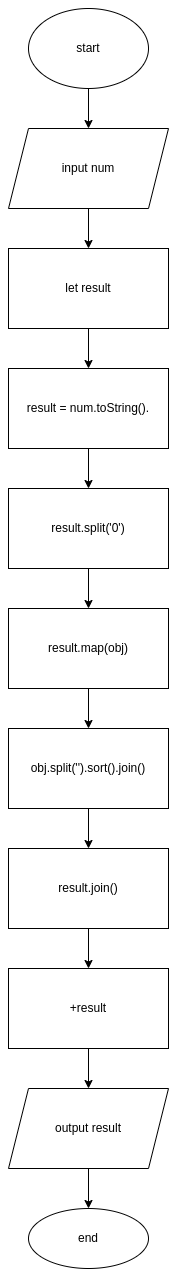
The draw.io diagram Part 4/flowchart_task4.png in tbmanix/Introduction-Javascript, before a commit. Source tidied: cells renumbered, new cells last; positions are measured from the earlier drawing's top-left corner, leaving out a move shared by most shapes. Source of this version:
```xml
<mxGraphModel>
  <root>
    <mxCell id="0" />
    <mxCell id="1" parent="0" />
    <mxCell id="2" style="edgeStyle=orthogonalEdgeStyle;rounded=0;jettySize=auto;html=1;" parent="1" edge="1" source="3" target="5">
      <mxGeometry relative="1" as="geometry" />
    </mxCell>
    <mxCell id="3" value="start" style="ellipse;whiteSpace=wrap;html=1;" parent="1" vertex="1">
      <mxGeometry x="20" width="120" height="80" as="geometry" />
    </mxCell>
    <mxCell id="4" style="edgeStyle=orthogonalEdgeStyle;rounded=0;jettySize=auto;html=1;" parent="1" edge="1" source="5" target="7">
      <mxGeometry relative="1" as="geometry" />
    </mxCell>
    <mxCell id="5" value="input num" style="shape=parallelogram;perimeter=parallelogramPerimeter;whiteSpace=wrap;html=1;fixedSize=1;" parent="1" vertex="1">
      <mxGeometry y="120" width="160" height="80" as="geometry" />
    </mxCell>
    <mxCell id="6" style="edgeStyle=orthogonalEdgeStyle;rounded=0;jettySize=auto;html=1;" parent="1" edge="1" source="7" target="18">
      <mxGeometry relative="1" as="geometry" />
    </mxCell>
    <mxCell id="7" value="let result" style="whiteSpace=wrap;html=1;" parent="1" vertex="1">
      <mxGeometry y="240" width="160" height="80" as="geometry" />
    </mxCell>
    <mxCell id="8" style="edgeStyle=orthogonalEdgeStyle;rounded=0;jettySize=auto;html=1;" parent="1" edge="1" source="9" target="11">
      <mxGeometry relative="1" as="geometry" />
    </mxCell>
    <mxCell id="9" value="result.split('0')" style="whiteSpace=wrap;html=1;" parent="1" vertex="1">
      <mxGeometry y="480" width="160" height="80" as="geometry" />
    </mxCell>
    <mxCell id="10" style="edgeStyle=orthogonalEdgeStyle;rounded=0;jettySize=auto;html=1;" parent="1" edge="1" source="11" target="13">
      <mxGeometry relative="1" as="geometry" />
    </mxCell>
    <mxCell id="11" value="result.map(obj)" style="whiteSpace=wrap;html=1;" parent="1" vertex="1">
      <mxGeometry y="600" width="160" height="80" as="geometry" />
    </mxCell>
    <mxCell id="12" style="edgeStyle=orthogonalEdgeStyle;rounded=0;jettySize=auto;html=1;" parent="1" edge="1" source="13" target="20">
      <mxGeometry relative="1" as="geometry" />
    </mxCell>
    <mxCell id="13" value="obj.split('').sort().join()" style="whiteSpace=wrap;html=1;" parent="1" vertex="1">
      <mxGeometry y="720" width="160" height="80" as="geometry" />
    </mxCell>
    <mxCell id="14" style="edgeStyle=orthogonalEdgeStyle;rounded=0;jettySize=auto;html=1;" parent="1" edge="1" source="15" target="16">
      <mxGeometry relative="1" as="geometry" />
    </mxCell>
    <mxCell id="15" value="output result" style="shape=parallelogram;perimeter=parallelogramPerimeter;whiteSpace=wrap;html=1;fixedSize=1;" parent="1" vertex="1">
      <mxGeometry y="1080" width="160" height="80" as="geometry" />
    </mxCell>
    <mxCell id="16" value="end" style="ellipse;whiteSpace=wrap;html=1;" parent="1" vertex="1">
      <mxGeometry x="20" y="1200" width="120" height="60" as="geometry" />
    </mxCell>
    <mxCell id="17" style="edgeStyle=orthogonalEdgeStyle;rounded=0;jettySize=auto;html=1;" parent="1" edge="1" source="18" target="9">
      <mxGeometry relative="1" as="geometry" />
    </mxCell>
    <mxCell id="18" value="result = num.toString()." style="whiteSpace=wrap;html=1;" parent="1" vertex="1">
      <mxGeometry y="360" width="160" height="80" as="geometry" />
    </mxCell>
    <mxCell id="19" style="edgeStyle=orthogonalEdgeStyle;rounded=0;jettySize=auto;html=1;" parent="1" edge="1" source="20" target="22">
      <mxGeometry relative="1" as="geometry" />
    </mxCell>
    <mxCell id="20" value="result.join()" style="whiteSpace=wrap;html=1;" parent="1" vertex="1">
      <mxGeometry y="840" width="160" height="80" as="geometry" />
    </mxCell>
    <mxCell id="21" style="edgeStyle=orthogonalEdgeStyle;rounded=0;jettySize=auto;html=1;" parent="1" edge="1" source="22" target="15">
      <mxGeometry relative="1" as="geometry" />
    </mxCell>
    <mxCell id="22" value="+result" style="whiteSpace=wrap;html=1;" parent="1" vertex="1">
      <mxGeometry y="960" width="160" height="80" as="geometry" />
    </mxCell>
  </root>
</mxGraphModel>
```
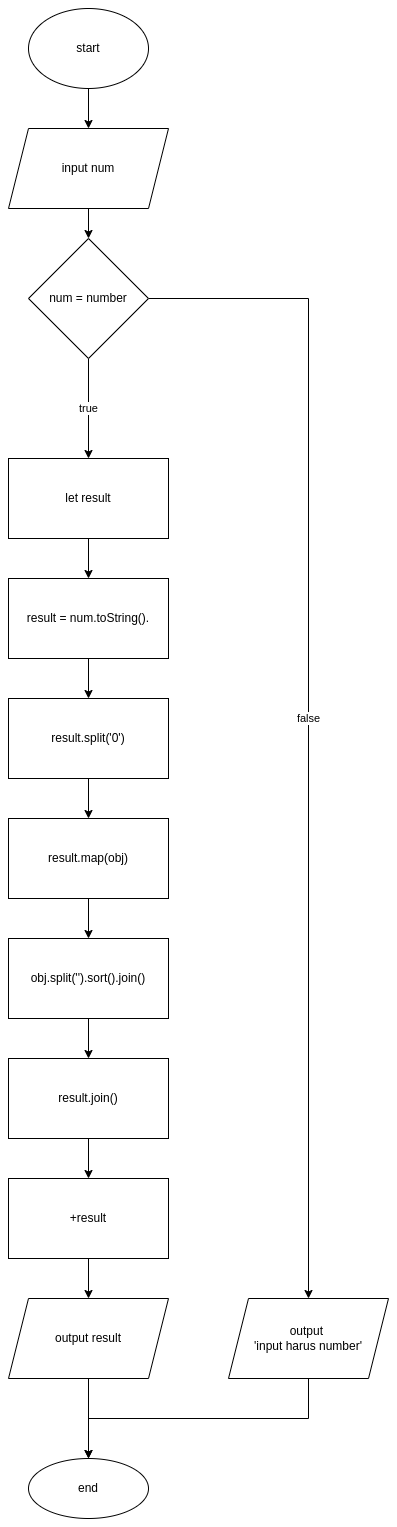
The same file after the commit.

Change to the diagram source:
```diff
@@ -6,13 +6,13 @@
       <mxGeometry relative="1" as="geometry" />
     </mxCell>
     <mxCell id="3" value="start" style="ellipse;whiteSpace=wrap;html=1;" parent="1" vertex="1">
-      <mxGeometry x="20" width="120" height="80" as="geometry" />
+      <mxGeometry x="20" y="-210" width="120" height="80" as="geometry" />
     </mxCell>
-    <mxCell id="4" style="edgeStyle=orthogonalEdgeStyle;rounded=0;jettySize=auto;html=1;" parent="1" edge="1" source="5" target="7">
-      <mxGeometry relative="1" as="geometry" />
-    </mxCell>
+    <mxCell id="23" style="edgeStyle=orthogonalEdgeStyle;rounded=0;jettySize=auto;html=1;" parent="1" edge="1" source="5" target="26">
+      <mxGeometry relative="1" as="geometry" />
+    </mxCell>
     <mxCell id="5" value="input num" style="shape=parallelogram;perimeter=parallelogramPerimeter;whiteSpace=wrap;html=1;fixedSize=1;" parent="1" vertex="1">
-      <mxGeometry y="120" width="160" height="80" as="geometry" />
+      <mxGeometry y="-90" width="160" height="80" as="geometry" />
     </mxCell>
     <mxCell id="6" style="edgeStyle=orthogonalEdgeStyle;rounded=0;jettySize=auto;html=1;" parent="1" edge="1" source="7" target="18">
       <mxGeometry relative="1" as="geometry" />
@@ -45,7 +45,7 @@
       <mxGeometry y="1080" width="160" height="80" as="geometry" />
     </mxCell>
     <mxCell id="16" value="end" style="ellipse;whiteSpace=wrap;html=1;" parent="1" vertex="1">
-      <mxGeometry x="20" y="1200" width="120" height="60" as="geometry" />
+      <mxGeometry x="20" y="1240" width="120" height="60" as="geometry" />
     </mxCell>
     <mxCell id="17" style="edgeStyle=orthogonalEdgeStyle;rounded=0;jettySize=auto;html=1;" parent="1" edge="1" source="18" target="9">
       <mxGeometry relative="1" as="geometry" />
@@ -65,5 +65,25 @@
     <mxCell id="22" value="+result" style="whiteSpace=wrap;html=1;" parent="1" vertex="1">
       <mxGeometry y="960" width="160" height="80" as="geometry" />
     </mxCell>
+    <mxCell id="24" value="true" style="edgeStyle=orthogonalEdgeStyle;rounded=0;jettySize=auto;html=1;" parent="1" edge="1" source="26" target="7">
+      <mxGeometry relative="1" as="geometry" />
+    </mxCell>
+    <mxCell id="25" value="false" style="edgeStyle=orthogonalEdgeStyle;rounded=0;jettySize=auto;html=1;" parent="1" edge="1" source="26" target="28">
+      <mxGeometry relative="1" as="geometry" />
+    </mxCell>
+    <mxCell id="26" value="num = number" style="rhombus;whiteSpace=wrap;html=1;" parent="1" vertex="1">
+      <mxGeometry x="20" y="20" width="120" height="120" as="geometry" />
+    </mxCell>
+    <mxCell id="27" style="edgeStyle=orthogonalEdgeStyle;rounded=0;jettySize=auto;html=1;" parent="1" edge="1" source="28" target="16">
+      <mxGeometry relative="1" as="geometry">
+        <Array as="points">
+          <mxPoint x="300" y="1200" />
+          <mxPoint x="80" y="1200" />
+        </Array>
+      </mxGeometry>
+    </mxCell>
+    <mxCell id="28" value="output &lt;br&gt;'input harus number'" style="shape=parallelogram;perimeter=parallelogramPerimeter;whiteSpace=wrap;html=1;fixedSize=1;" parent="1" vertex="1">
+      <mxGeometry x="220" y="1080" width="160" height="80" as="geometry" />
+    </mxCell>
   </root>
 </mxGraphModel>
```
